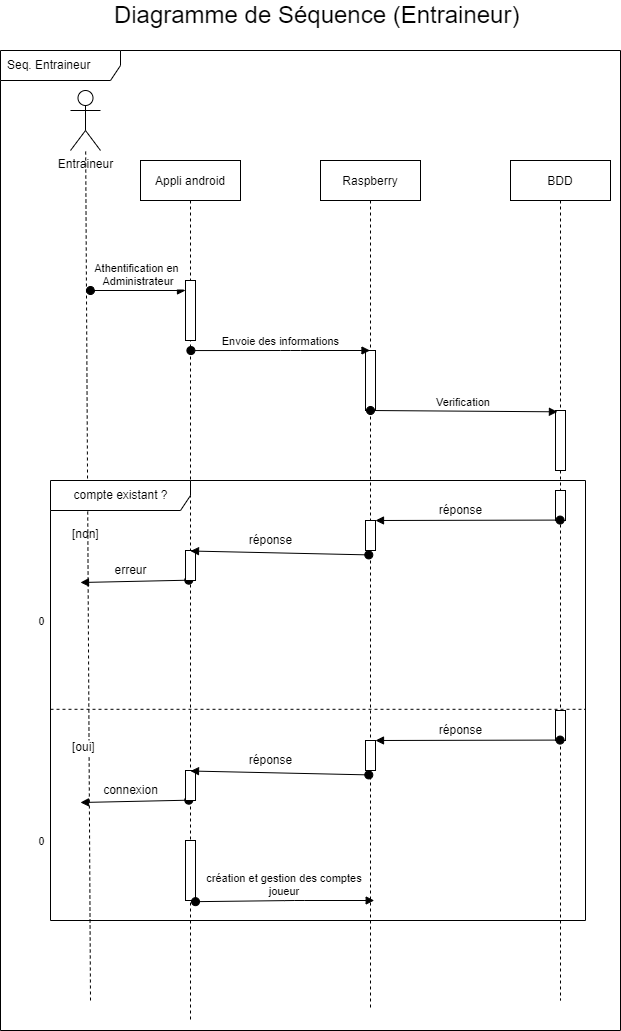
This is Diagramme/Diagramme de Séquence (Entraineur).drawio.png from Hazim-AS/SensorPong, a draw.io export, as it was before one commit. Source tidied: cells renumbered, new cells last; positions are measured from the earlier drawing's top-left corner, leaving out a move shared by most shapes. Source of this version:
```xml
<mxGraphModel>
  <root>
    <mxCell id="0" />
    <mxCell id="1" parent="0" />
    <mxCell id="2" value="Seq. Entraineur&amp;nbsp;&amp;nbsp;" style="shape=umlFrame;whiteSpace=wrap;html=1;width=120;height=30;boundedLbl=1;verticalAlign=middle;align=left;spacingLeft=5;" parent="1" vertex="1">
      <mxGeometry y="50" width="620" height="980" as="geometry" />
    </mxCell>
    <mxCell id="3" value="Appli android" style="shape=umlLifeline;perimeter=lifelinePerimeter;rounded=0;shadow=0;strokeWidth=1;" parent="1" vertex="1">
      <mxGeometry x="140" y="160" width="100" height="860" as="geometry" />
    </mxCell>
    <mxCell id="4" style="points=[];perimeter=orthogonalPerimeter;rounded=0;shadow=0;strokeWidth=1;" parent="3" vertex="1">
      <mxGeometry x="45" y="120" width="10" height="60" as="geometry" />
    </mxCell>
    <mxCell id="5" value="Athentification en &#10;Administrateur" style="verticalAlign=bottom;startArrow=oval;endArrow=block;startSize=8;shadow=0;strokeWidth=1;" parent="3" edge="1" target="4">
      <mxGeometry relative="1" as="geometry">
        <mxPoint x="-50" y="130" as="sourcePoint" />
      </mxGeometry>
    </mxCell>
    <mxCell id="6" value="0" style="verticalAlign=bottom;startArrow=oval;endArrow=block;startSize=8;shadow=0;strokeWidth=1;exitX=0.483;exitY=0.488;exitDx=0;exitDy=0;exitPerimeter=0;" parent="3" edge="1" source="3">
      <mxGeometry x="1" y="62" relative="1" as="geometry">
        <mxPoint x="-60" y="422" as="targetPoint" />
        <mxPoint x="-40" y="-14" as="offset" />
      </mxGeometry>
    </mxCell>
    <mxCell id="7" style="points=[];perimeter=orthogonalPerimeter;rounded=0;shadow=0;strokeWidth=1;" parent="3" vertex="1">
      <mxGeometry x="45" y="390" width="10" height="30" as="geometry" />
    </mxCell>
    <mxCell id="8" style="perimeter=orthogonalPerimeter;rounded=0;shadow=0;strokeWidth=1;" parent="3" vertex="1">
      <mxGeometry x="45" y="680" width="10" height="60" as="geometry" />
    </mxCell>
    <mxCell id="9" value="création et gestion des comptes&#10;joueur" style="verticalAlign=bottom;startArrow=oval;endArrow=block;startSize=8;shadow=0;strokeWidth=1;exitX=0.508;exitY=0.324;exitDx=0;exitDy=0;exitPerimeter=0;" parent="3" edge="1">
      <mxGeometry relative="1" as="geometry">
        <mxPoint x="55" y="741.2" as="sourcePoint" />
        <mxPoint x="233.7" y="740" as="targetPoint" />
        <Array as="points">
          <mxPoint x="154.2" y="740" />
        </Array>
      </mxGeometry>
    </mxCell>
    <mxCell id="10" value="Raspberry" style="shape=umlLifeline;perimeter=lifelinePerimeter;rounded=0;shadow=0;strokeWidth=1;" parent="1" vertex="1">
      <mxGeometry x="320" y="160" width="100" height="850" as="geometry" />
    </mxCell>
    <mxCell id="11" style="perimeter=orthogonalPerimeter;rounded=0;shadow=0;strokeWidth=1;" parent="10" vertex="1">
      <mxGeometry x="45" y="190" width="10" height="60" as="geometry" />
    </mxCell>
    <mxCell id="12" style="points=[];perimeter=orthogonalPerimeter;rounded=0;shadow=0;strokeWidth=1;" parent="10" vertex="1">
      <mxGeometry x="45" y="360" width="10" height="30" as="geometry" />
    </mxCell>
    <mxCell id="13" value="Entraineur" style="shape=umlActor;verticalLabelPosition=bottom;verticalAlign=top;html=1;outlineConnect=0;" parent="1" vertex="1">
      <mxGeometry x="70" y="90" width="30" height="60" as="geometry" />
    </mxCell>
    <mxCell id="14" style="endArrow=none;dashed=1;html=1;rounded=0;" parent="1" edge="1" target="13">
      <mxGeometry relative="1" as="geometry">
        <mxPoint x="90" y="1000" as="sourcePoint" />
      </mxGeometry>
    </mxCell>
    <mxCell id="15" value="Envoie des informations" style="verticalAlign=bottom;startArrow=oval;endArrow=block;startSize=8;shadow=0;strokeWidth=1;exitX=0.504;exitY=0.221;exitDx=0;exitDy=0;exitPerimeter=0;" parent="1" edge="1" source="3" target="10">
      <mxGeometry relative="1" as="geometry">
        <Array as="points">
          <mxPoint x="290" y="350" />
        </Array>
      </mxGeometry>
    </mxCell>
    <mxCell id="16" value="BDD" style="shape=umlLifeline;perimeter=lifelinePerimeter;rounded=0;shadow=0;strokeWidth=1;" parent="1" vertex="1">
      <mxGeometry x="510" y="160" width="100" height="840" as="geometry" />
    </mxCell>
    <mxCell id="17" style="points=[];perimeter=orthogonalPerimeter;rounded=0;shadow=0;strokeWidth=1;" parent="16" vertex="1">
      <mxGeometry x="45" y="250" width="10" height="60" as="geometry" />
    </mxCell>
    <mxCell id="18" style="points=[];perimeter=orthogonalPerimeter;rounded=0;shadow=0;strokeWidth=1;" parent="16" vertex="1">
      <mxGeometry x="45" y="330" width="10" height="30" as="geometry" />
    </mxCell>
    <mxCell id="19" value="0" style="verticalAlign=bottom;startArrow=oval;endArrow=block;startSize=8;shadow=0;strokeWidth=1;exitX=0.483;exitY=0.488;exitDx=0;exitDy=0;exitPerimeter=0;" parent="16" edge="1">
      <mxGeometry x="1" y="62" relative="1" as="geometry">
        <mxPoint x="-321.7" y="639.7" as="sourcePoint" />
        <mxPoint x="-430" y="642" as="targetPoint" />
        <mxPoint x="-40" y="-14" as="offset" />
      </mxGeometry>
    </mxCell>
    <mxCell id="20" style="points=[];perimeter=orthogonalPerimeter;rounded=0;shadow=0;strokeWidth=1;" parent="16" vertex="1">
      <mxGeometry x="-325" y="610" width="10" height="30" as="geometry" />
    </mxCell>
    <mxCell id="21" style="points=[];perimeter=orthogonalPerimeter;rounded=0;shadow=0;strokeWidth=1;" parent="16" vertex="1">
      <mxGeometry x="-145" y="580" width="10" height="30" as="geometry" />
    </mxCell>
    <mxCell id="22" style="points=[];perimeter=orthogonalPerimeter;rounded=0;shadow=0;strokeWidth=1;" parent="16" vertex="1">
      <mxGeometry x="45" y="550" width="10" height="30" as="geometry" />
    </mxCell>
    <mxCell id="23" style="verticalAlign=bottom;startArrow=oval;endArrow=block;startSize=8;shadow=0;strokeWidth=1;exitX=0.457;exitY=0.986;exitDx=0;exitDy=0;exitPerimeter=0;" parent="16" edge="1" source="22" target="21">
      <mxGeometry x="0.05" relative="1" as="geometry" />
    </mxCell>
    <mxCell id="24" value="connexion" style="text;html=1;align=center;verticalAlign=middle;strokeColor=none;fillColor=none;" parent="16" vertex="1">
      <mxGeometry x="-415" y="620" width="70" height="20" as="geometry" />
    </mxCell>
    <mxCell id="25" style="verticalAlign=bottom;startArrow=oval;endArrow=block;startSize=8;shadow=0;strokeWidth=1;exitX=0.483;exitY=0.464;exitDx=0;exitDy=0;exitPerimeter=0;entryX=0.5;entryY=0.017;entryDx=0;entryDy=0;entryPerimeter=0;" parent="16" edge="1" target="20">
      <mxGeometry x="0.05" relative="1" as="geometry">
        <mxPoint x="-141.7" y="614.4" as="sourcePoint" />
      </mxGeometry>
    </mxCell>
    <mxCell id="26" value="réponse" style="text;html=1;align=center;verticalAlign=middle;strokeColor=none;fillColor=none;" parent="16" vertex="1">
      <mxGeometry x="-80" y="560" width="60" height="20" as="geometry" />
    </mxCell>
    <mxCell id="27" value="réponse" style="text;html=1;align=center;verticalAlign=middle;strokeColor=none;fillColor=none;" parent="16" vertex="1">
      <mxGeometry x="-270" y="590" width="60" height="20" as="geometry" />
    </mxCell>
    <mxCell id="28" value="Verification" style="verticalAlign=bottom;startArrow=oval;endArrow=block;startSize=8;shadow=0;strokeWidth=1;exitX=0.511;exitY=0.444;exitDx=0;exitDy=0;exitPerimeter=0;entryX=0.193;entryY=0.022;entryDx=0;entryDy=0;entryPerimeter=0;" parent="1" edge="1" target="17">
      <mxGeometry relative="1" as="geometry">
        <mxPoint x="370" y="410" as="sourcePoint" />
      </mxGeometry>
    </mxCell>
    <mxCell id="29" style="verticalAlign=bottom;startArrow=oval;endArrow=block;startSize=8;shadow=0;strokeWidth=1;exitX=0.457;exitY=0.986;exitDx=0;exitDy=0;exitPerimeter=0;" parent="1" edge="1" source="18" target="12">
      <mxGeometry x="0.05" relative="1" as="geometry" />
    </mxCell>
    <mxCell id="30" value="erreur" style="text;html=1;align=center;verticalAlign=middle;strokeColor=none;fillColor=none;" parent="1" vertex="1">
      <mxGeometry x="105" y="560" width="50" height="20" as="geometry" />
    </mxCell>
    <mxCell id="31" style="verticalAlign=bottom;startArrow=oval;endArrow=block;startSize=8;shadow=0;strokeWidth=1;exitX=0.483;exitY=0.464;exitDx=0;exitDy=0;exitPerimeter=0;entryX=0.5;entryY=0.017;entryDx=0;entryDy=0;entryPerimeter=0;" parent="1" edge="1" source="10" target="7">
      <mxGeometry x="0.05" relative="1" as="geometry" />
    </mxCell>
    <mxCell id="32" value="réponse" style="text;html=1;align=center;verticalAlign=middle;strokeColor=none;fillColor=none;" parent="1" vertex="1">
      <mxGeometry x="430" y="500" width="60" height="20" as="geometry" />
    </mxCell>
    <mxCell id="33" value="réponse" style="text;html=1;align=center;verticalAlign=middle;strokeColor=none;fillColor=none;" parent="1" vertex="1">
      <mxGeometry x="240" y="530" width="60" height="20" as="geometry" />
    </mxCell>
    <mxCell id="34" value="&lt;font style=&quot;font-size: 24px&quot;&gt;Diagramme de Séquence (Entraineur)&amp;nbsp;&lt;/font&gt;" style="text;html=1;strokeColor=none;fillColor=none;align=center;verticalAlign=middle;whiteSpace=wrap;rounded=0;" parent="1" vertex="1">
      <mxGeometry x="90" width="460" height="30" as="geometry" />
    </mxCell>
    <mxCell id="35" value="compte existant ?" style="shape=umlFrame;tabWidth=110;tabHeight=30;tabPosition=left;html=1;boundedLbl=1;labelInHeader=1;width=140;height=30;" parent="1" vertex="1">
      <mxGeometry x="50" y="480" width="535" height="440" as="geometry" />
    </mxCell>
    <mxCell id="36" value="[non]    " style="text;" parent="35" vertex="1">
      <mxGeometry width="100" height="20" relative="1" as="geometry">
        <mxPoint x="20" y="40" as="offset" />
      </mxGeometry>
    </mxCell>
    <mxCell id="37" value="[oui]" style="line;strokeWidth=1;dashed=1;labelPosition=center;verticalLabelPosition=bottom;align=left;verticalAlign=top;spacingLeft=20;spacingTop=15;" parent="35" vertex="1">
      <mxGeometry y="220" width="535" height="17.6" as="geometry" />
    </mxCell>
  </root>
</mxGraphModel>
```
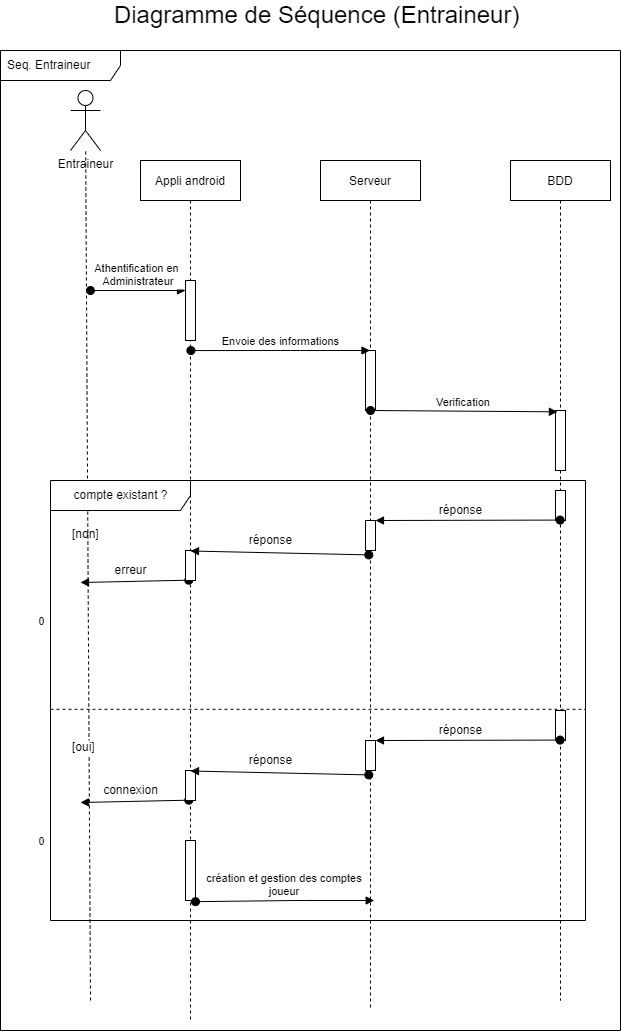
Above is the later version.

Change to the diagram source:
```diff
@@ -37,7 +37,7 @@
         </Array>
       </mxGeometry>
     </mxCell>
-    <mxCell id="10" value="Raspberry" style="shape=umlLifeline;perimeter=lifelinePerimeter;rounded=0;shadow=0;strokeWidth=1;" parent="1" vertex="1">
+    <mxCell id="10" value="Serveur" style="shape=umlLifeline;perimeter=lifelinePerimeter;rounded=0;shadow=0;strokeWidth=1;" parent="1" vertex="1">
       <mxGeometry x="320" y="160" width="100" height="850" as="geometry" />
     </mxCell>
     <mxCell id="11" style="perimeter=orthogonalPerimeter;rounded=0;shadow=0;strokeWidth=1;" parent="10" vertex="1">
```
